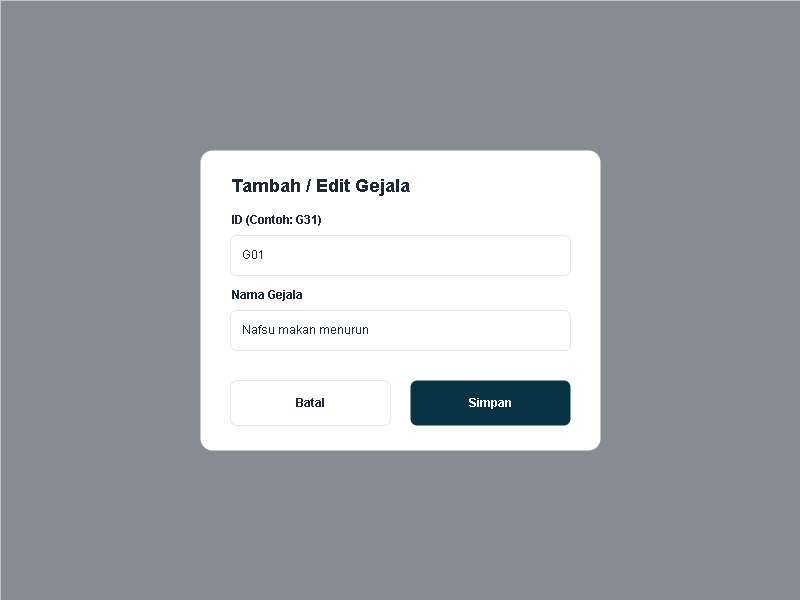
The draw.io diagram diagram/desain/admin_gejala_form.png in Jinsky/Jinsky, before a commit. Source tidied: cells renumbered, new cells last; positions are measured from the earlier drawing's top-left corner, leaving out a move shared by most shapes. Source of this version:
```xml
<mxGraphModel>
  <root>
    <mxCell id="0" />
    <mxCell id="1" parent="0" />
    <mxCell id="2" style="rounded=0;whiteSpace=wrap;html=1;fillColor=#0f172a;opacity=50;strokeColor=none;" parent="1" vertex="1">
      <mxGeometry width="800" height="600" as="geometry" />
    </mxCell>
    <mxCell id="3" style="rounded=0;whiteSpace=wrap;html=1;fillColor=#ffffff;strokeColor=none;arcSize=4;rounded=1;" parent="1" vertex="1">
      <mxGeometry x="200" y="150" width="400" height="300" as="geometry" />
    </mxCell>
    <mxCell id="4" value="Tambah / Edit Gejala" style="text;html=1;strokeColor=none;fillColor=none;align=left;verticalAlign=middle;whiteSpace=wrap;rounded=0;fontSize=18;fontStyle=1;fontColor=#1e293b;" parent="1" vertex="1">
      <mxGeometry x="230" y="170" width="340" height="30" as="geometry" />
    </mxCell>
    <mxCell id="5" value="ID (Contoh: G31)" style="text;html=1;strokeColor=none;fillColor=none;align=left;verticalAlign=middle;whiteSpace=wrap;rounded=0;fontSize=12;fontStyle=1;fontColor=#1e293b;" parent="1" vertex="1">
      <mxGeometry x="230" y="210" width="340" height="20" as="geometry" />
    </mxCell>
    <mxCell id="6" value="G01" style="rounded=1;whiteSpace=wrap;html=1;fillColor=#ffffff;strokeColor=#e2e8f0;align=left;spacingLeft=10;fontColor=#1e293b;" parent="1" vertex="1">
      <mxGeometry x="230" y="235" width="340" height="40" as="geometry" />
    </mxCell>
    <mxCell id="7" value="Nama Gejala" style="text;html=1;strokeColor=none;fillColor=none;align=left;verticalAlign=middle;whiteSpace=wrap;rounded=0;fontSize=12;fontStyle=1;fontColor=#1e293b;" parent="1" vertex="1">
      <mxGeometry x="230" y="285" width="340" height="20" as="geometry" />
    </mxCell>
    <mxCell id="8" value="Nafsu makan menurun" style="rounded=1;whiteSpace=wrap;html=1;fillColor=#ffffff;strokeColor=#e2e8f0;align=left;spacingLeft=10;fontColor=#1e293b;" parent="1" vertex="1">
      <mxGeometry x="230" y="310" width="340" height="40" as="geometry" />
    </mxCell>
    <mxCell id="9" value="Batal" style="rounded=1;whiteSpace=wrap;html=1;fillColor=#ffffff;strokeColor=#e2e8f0;fontStyle=1;fontColor=#1e293b;" parent="1" vertex="1">
      <mxGeometry x="230" y="380" width="160" height="45" as="geometry" />
    </mxCell>
    <mxCell id="10" value="Simpan" style="rounded=1;whiteSpace=wrap;html=1;fillColor=#083344;strokeColor=none;fontStyle=1;fontColor=#ffffff;" parent="1" vertex="1">
      <mxGeometry x="410" y="380" width="160" height="45" as="geometry" />
    </mxCell>
  </root>
</mxGraphModel>
```
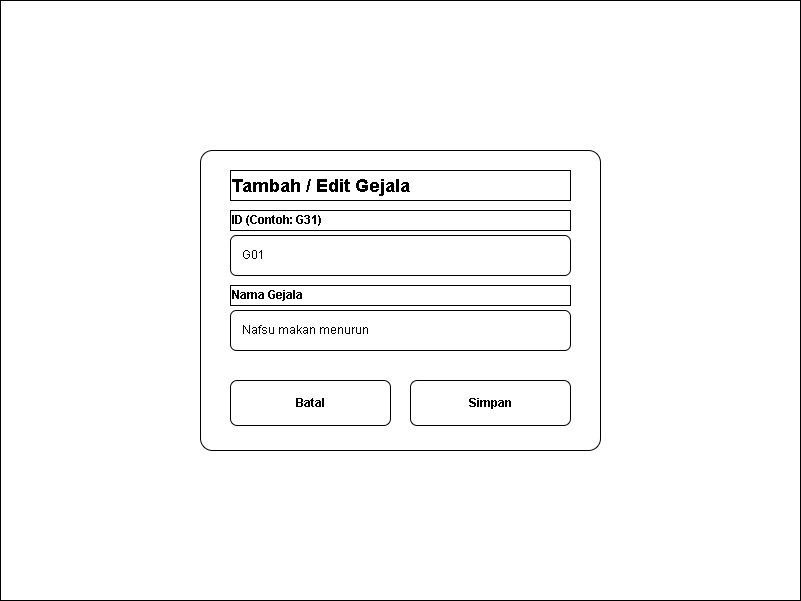
After the change.

Diff of the diagram source:
```diff
@@ -2,31 +2,31 @@
   <root>
     <mxCell id="0" />
     <mxCell id="1" parent="0" />
-    <mxCell id="2" style="rounded=0;whiteSpace=wrap;html=1;fillColor=#0f172a;opacity=50;strokeColor=none;" parent="1" vertex="1">
+    <mxCell id="2" style="rounded=0;whiteSpace=wrap;html=1;fillColor=#ffffff;strokeColor=#000000;fontColor=#000000;" parent="1" vertex="1">
       <mxGeometry width="800" height="600" as="geometry" />
     </mxCell>
-    <mxCell id="3" style="rounded=0;whiteSpace=wrap;html=1;fillColor=#ffffff;strokeColor=none;arcSize=4;rounded=1;" parent="1" vertex="1">
+    <mxCell id="3" style="rounded=1;whiteSpace=wrap;html=1;fillColor=#ffffff;strokeColor=#000000;arcSize=4;fontColor=#000000;" parent="1" vertex="1">
       <mxGeometry x="200" y="150" width="400" height="300" as="geometry" />
     </mxCell>
-    <mxCell id="4" value="Tambah / Edit Gejala" style="text;html=1;strokeColor=none;fillColor=none;align=left;verticalAlign=middle;whiteSpace=wrap;rounded=0;fontSize=18;fontStyle=1;fontColor=#1e293b;" parent="1" vertex="1">
+    <mxCell id="4" value="Tambah / Edit Gejala" style="text;html=1;strokeColor=#000000;fillColor=none;align=left;verticalAlign=middle;whiteSpace=wrap;rounded=0;fontSize=18;fontStyle=1;fontColor=#000000;" parent="1" vertex="1">
       <mxGeometry x="230" y="170" width="340" height="30" as="geometry" />
     </mxCell>
-    <mxCell id="5" value="ID (Contoh: G31)" style="text;html=1;strokeColor=none;fillColor=none;align=left;verticalAlign=middle;whiteSpace=wrap;rounded=0;fontSize=12;fontStyle=1;fontColor=#1e293b;" parent="1" vertex="1">
+    <mxCell id="5" value="ID (Contoh: G31)" style="text;html=1;strokeColor=#000000;fillColor=none;align=left;verticalAlign=middle;whiteSpace=wrap;rounded=0;fontSize=12;fontStyle=1;fontColor=#000000;" parent="1" vertex="1">
       <mxGeometry x="230" y="210" width="340" height="20" as="geometry" />
     </mxCell>
-    <mxCell id="6" value="G01" style="rounded=1;whiteSpace=wrap;html=1;fillColor=#ffffff;strokeColor=#e2e8f0;align=left;spacingLeft=10;fontColor=#1e293b;" parent="1" vertex="1">
+    <mxCell id="6" value="G01" style="rounded=1;whiteSpace=wrap;html=1;fillColor=#ffffff;strokeColor=#000000;align=left;spacingLeft=10;fontColor=#000000;" parent="1" vertex="1">
       <mxGeometry x="230" y="235" width="340" height="40" as="geometry" />
     </mxCell>
-    <mxCell id="7" value="Nama Gejala" style="text;html=1;strokeColor=none;fillColor=none;align=left;verticalAlign=middle;whiteSpace=wrap;rounded=0;fontSize=12;fontStyle=1;fontColor=#1e293b;" parent="1" vertex="1">
+    <mxCell id="7" value="Nama Gejala" style="text;html=1;strokeColor=#000000;fillColor=none;align=left;verticalAlign=middle;whiteSpace=wrap;rounded=0;fontSize=12;fontStyle=1;fontColor=#000000;" parent="1" vertex="1">
       <mxGeometry x="230" y="285" width="340" height="20" as="geometry" />
     </mxCell>
-    <mxCell id="8" value="Nafsu makan menurun" style="rounded=1;whiteSpace=wrap;html=1;fillColor=#ffffff;strokeColor=#e2e8f0;align=left;spacingLeft=10;fontColor=#1e293b;" parent="1" vertex="1">
+    <mxCell id="8" value="Nafsu makan menurun" style="rounded=1;whiteSpace=wrap;html=1;fillColor=#ffffff;strokeColor=#000000;align=left;spacingLeft=10;fontColor=#000000;" parent="1" vertex="1">
       <mxGeometry x="230" y="310" width="340" height="40" as="geometry" />
     </mxCell>
-    <mxCell id="9" value="Batal" style="rounded=1;whiteSpace=wrap;html=1;fillColor=#ffffff;strokeColor=#e2e8f0;fontStyle=1;fontColor=#1e293b;" parent="1" vertex="1">
+    <mxCell id="9" value="Batal" style="rounded=1;whiteSpace=wrap;html=1;fillColor=#ffffff;strokeColor=#000000;fontStyle=1;fontColor=#000000;" parent="1" vertex="1">
       <mxGeometry x="230" y="380" width="160" height="45" as="geometry" />
     </mxCell>
-    <mxCell id="10" value="Simpan" style="rounded=1;whiteSpace=wrap;html=1;fillColor=#083344;strokeColor=none;fontStyle=1;fontColor=#ffffff;" parent="1" vertex="1">
+    <mxCell id="10" value="Simpan" style="rounded=1;whiteSpace=wrap;html=1;fillColor=#ffffff;strokeColor=#000000;fontStyle=1;fontColor=#000000;" parent="1" vertex="1">
       <mxGeometry x="410" y="380" width="160" height="45" as="geometry" />
     </mxCell>
   </root>
```
